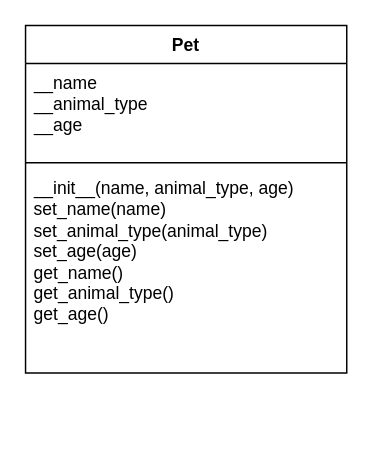
This is charts/ch10ex1.drawio from quinn-endicott/pythonPractice, a draw.io file, before an edit. Source tidied: cells renumbered, new cells numbered last; positions are measured from the earlier drawing's top-left corner, leaving out a move shared by most shapes. Both pictures are drawn from the tidied source at 146%, with x=0, y=0 at pixel (25, 25).
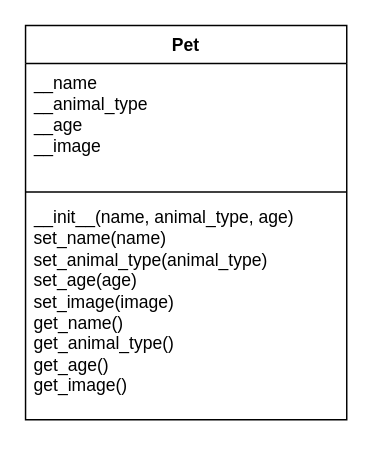
The same diagram, later.

The edit, as a diff of the source:
```diff
@@
 <mxGraphModel>
   <root>
     <mxCell id="0" />
     <mxCell id="1" parent="0" />
     <mxCell id="2" value="Pet" style="swimlane;fontStyle=1;align=center;verticalAlign=top;horizontal=1;startSize=26;whiteSpace=wrap;html=1;" parent="1" vertex="1">
-      <mxGeometry width="220" height="238" as="geometry" />
+      <mxGeometry width="220" height="270" as="geometry" />
     </mxCell>
-    <mxCell id="3" value="__name&lt;br&gt;__animal_type&lt;br&gt;__age" style="text;strokeColor=none;fillColor=none;align=left;verticalAlign=top;spacingLeft=4;spacingRight=4;overflow=hidden;whiteSpace=wrap;html=1;" parent="2" vertex="1">
-      <mxGeometry y="26" width="220" height="64" as="geometry" />
+    <mxCell id="3" value="__name&lt;br&gt;__animal_type&lt;br&gt;__age&lt;br&gt;__image" style="text;strokeColor=none;fillColor=none;align=left;verticalAlign=top;spacingLeft=4;spacingRight=4;overflow=hidden;whiteSpace=wrap;html=1;" parent="2" vertex="1">
+      <mxGeometry y="26" width="220" height="84" as="geometry" />
     </mxCell>
     <mxCell id="4" style="line;strokeWidth=1;fillColor=none;align=left;verticalAlign=middle;spacingTop=-1;spacingLeft=3;spacingRight=3;labelPosition=right;strokeColor=inherit;" parent="2" vertex="1">
-      <mxGeometry y="90" width="220" height="8" as="geometry" />
+      <mxGeometry y="110" width="220" height="8" as="geometry" />
     </mxCell>
-    <mxCell id="5" value="__init__(name, animal_type, age)&lt;br&gt;set_name(name)&lt;br&gt;set_animal_type(animal_type)&lt;br&gt;set_age(age)&lt;br&gt;get_name()&lt;br&gt;get_animal_type()&lt;br&gt;get_age()" style="text;strokeColor=none;fillColor=none;align=left;verticalAlign=top;spacingLeft=4;spacingRight=4;overflow=hidden;whiteSpace=wrap;html=1;" parent="2" vertex="1">
-      <mxGeometry y="98" width="220" height="140" as="geometry" />
+    <mxCell id="5" value="__init__(name, animal_type, age)&lt;br&gt;set_name(name)&lt;br&gt;set_animal_type(animal_type)&lt;br&gt;set_age(age)&lt;br&gt;set_image(image)&lt;br&gt;get_name()&lt;br&gt;get_animal_type()&lt;br&gt;get_age()&lt;br&gt;get_image()" style="text;strokeColor=none;fillColor=none;align=left;verticalAlign=top;spacingLeft=4;spacingRight=4;overflow=hidden;whiteSpace=wrap;html=1;" parent="2" vertex="1">
+      <mxGeometry y="118" width="220" height="152" as="geometry" />
     </mxCell>
   </root>
 </mxGraphModel>
```
